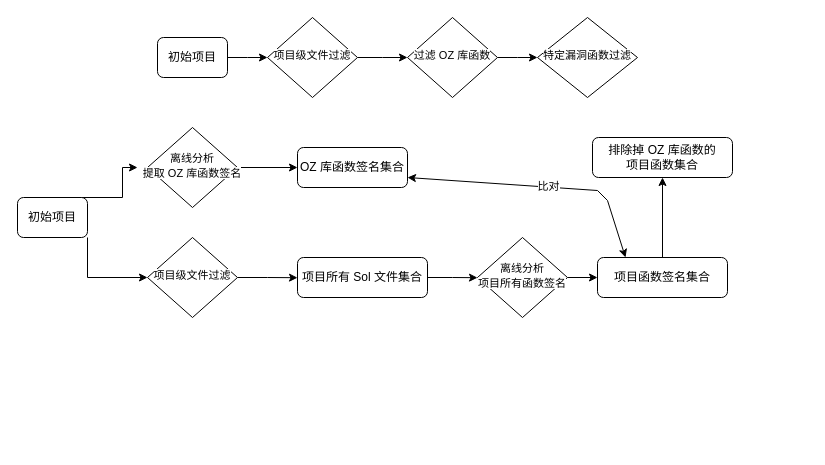
The draw.io diagram GPTScan.drawio in sunplanter/Paper, before the edit. Source tidied: cells renumbered, new cells numbered last; positions are measured from the earlier drawing's top-left corner, leaving out a move shared by most shapes. Both pictures are drawn from the tidied source at 100%, with x=0, y=0 at pixel (17, 17).
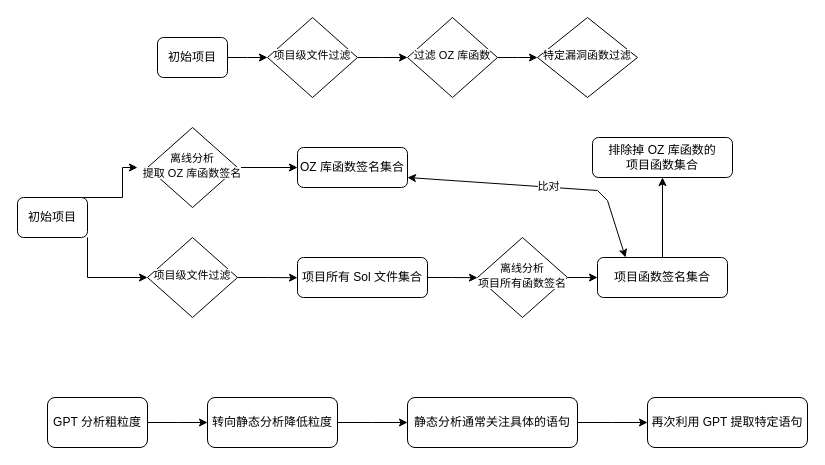
The same page after the edit.

What changed in the source:
```diff
@@
+    <mxCell id="26" style="edgeStyle=orthogonalEdgeStyle;rounded=0;jettySize=auto;html=1;exitX=1;exitY=0.5;exitDx=0;exitDy=0;" parent="1" edge="1" source="27">
+      <mxGeometry relative="1" as="geometry">
+        <mxPoint x="190" y="405" as="targetPoint" />
+      </mxGeometry>
+    </mxCell>
+    <mxCell id="27" value="GPT 分析粗粒度" style="rounded=1;whiteSpace=wrap;html=1;" parent="1" vertex="1">
+      <mxGeometry x="30" y="380" width="100" height="50" as="geometry" />
+    </mxCell>
+    <mxCell id="28" style="edgeStyle=orthogonalEdgeStyle;rounded=0;jettySize=auto;html=1;" parent="1" edge="1" source="29">
+      <mxGeometry relative="1" as="geometry">
+        <mxPoint x="390" y="405" as="targetPoint" />
+      </mxGeometry>
+    </mxCell>
+    <mxCell id="29" value="转向静态分析降低粒度" style="rounded=1;whiteSpace=wrap;html=1;" parent="1" vertex="1">
+      <mxGeometry x="190" y="380" width="130" height="50" as="geometry" />
+    </mxCell>
+    <mxCell id="30" style="edgeStyle=orthogonalEdgeStyle;rounded=0;jettySize=auto;html=1;exitX=1;exitY=0.5;exitDx=0;exitDy=0;" parent="1" edge="1" source="31">
+      <mxGeometry relative="1" as="geometry">
+        <mxPoint x="630" y="405" as="targetPoint" />
+      </mxGeometry>
+    </mxCell>
+    <mxCell id="31" value="静态分析通常关注具体的语句" style="rounded=1;whiteSpace=wrap;html=1;" parent="1" vertex="1">
+      <mxGeometry x="390" y="380" width="170" height="50" as="geometry" />
+    </mxCell>
+    <mxCell id="32" value="再次利用 GPT 提取特定语句" style="rounded=1;whiteSpace=wrap;html=1;" parent="1" vertex="1">
+      <mxGeometry x="630" y="380" width="160" height="50" as="geometry" />
+    </mxCell>
```
